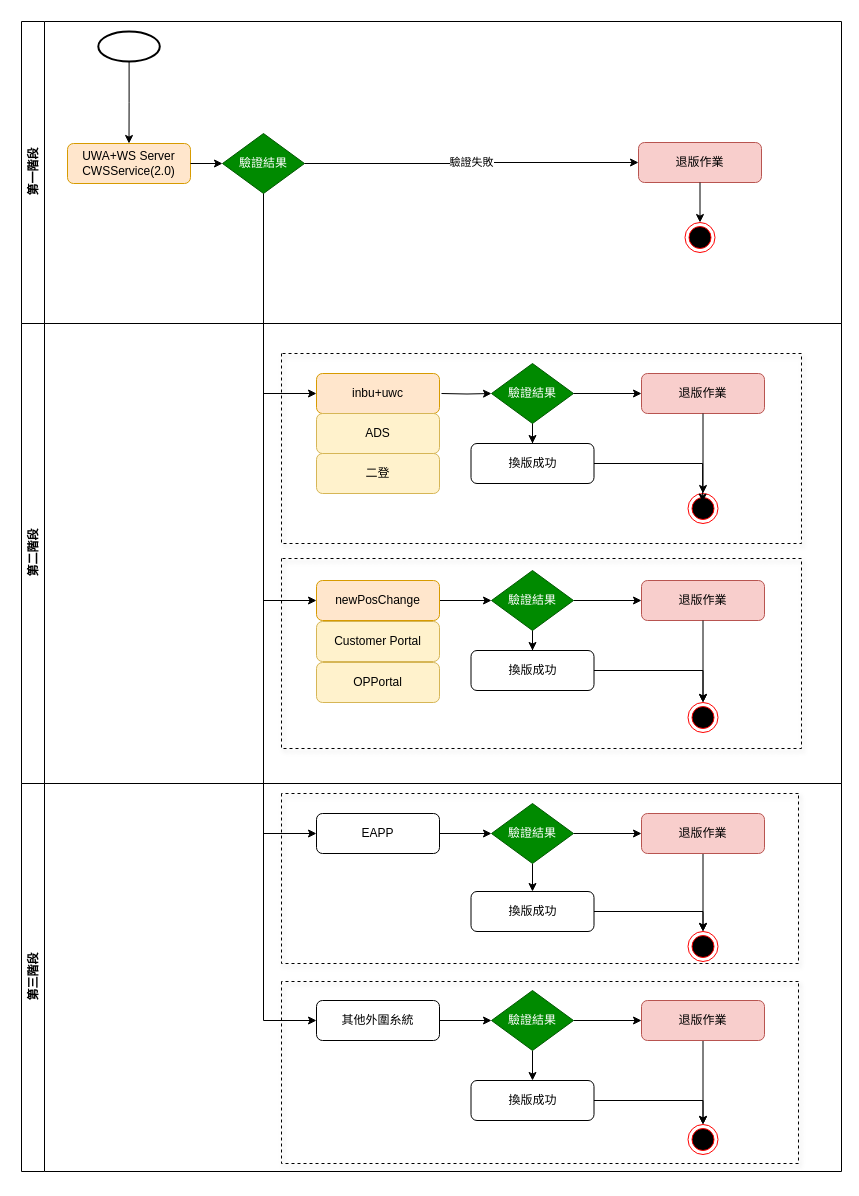
This is 未命名绘图.drawio from chenegg/chenegg.github.io, a draw.io file, before an edit. Source tidied: cells renumbered, new cells numbered last; positions are measured from the earlier drawing's top-left corner, leaving out a move shared by most shapes. Both pictures are drawn from the tidied source at 100%, with x=0, y=0 at pixel (21, 21).
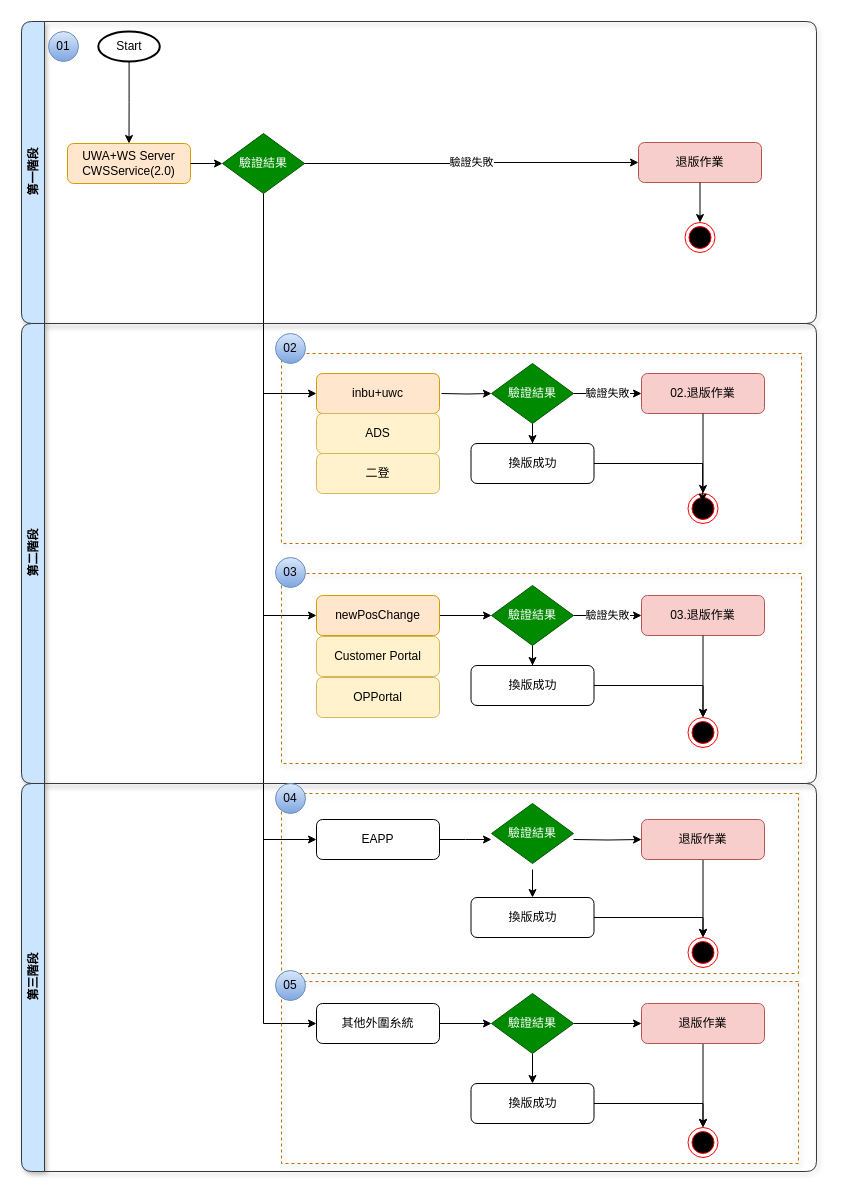
Above is the later version.

Commit message (it also covers changes not shown here):
更新未命名绘图.drawio

The change refers to these unchanged cells:
```xml
<mxCell id="30" value="驗證結果" style="rhombus;whiteSpace=wrap;html=1;fillColor=#008a00;fontColor=#ffffff;strokeColor=#005700;" parent="24" vertex="1">
  <mxGeometry x="470" y="40" width="82" height="60" as="geometry" />
</mxCell>
<mxCell id="51" value="驗證結果" style="rhombus;whiteSpace=wrap;html=1;fillColor=#008a00;fontColor=#ffffff;strokeColor=#005700;" parent="46" vertex="1">
  <mxGeometry x="470" y="20" width="82" height="60" as="geometry" />
</mxCell>
```

The edit, as a diff of the source:
```diff
@@
     <mxCell id="10" value="newPosChange" style="rounded=1;whiteSpace=wrap;html=1;fontSize=12;glass=0;strokeWidth=1;shadow=0;fillColor=#ffe6cc;strokeColor=#d79b00;" parent="1" vertex="1">
-      <mxGeometry x="295" y="559" width="123" height="40" as="geometry" />
+      <mxGeometry x="295" y="574" width="123" height="40" as="geometry" />
     </mxCell>
-    <mxCell id="11" style="edgeStyle=orthogonalEdgeStyle;rounded=0;jettySize=auto;html=1;entryX=0;entryY=0.5;entryDx=0;entryDy=0;" parent="1" edge="1" source="12" target="51">
-      <mxGeometry relative="1" as="geometry" />
+    <mxCell id="11" style="edgeStyle=orthogonalEdgeStyle;rounded=0;jettySize=auto;html=1;entryX=0;entryY=0.5;entryDx=0;entryDy=0;" parent="1" edge="1" source="12">
+      <mxGeometry relative="1" as="geometry">
+        <mxPoint x="470" y="818" as="targetPoint" />
+      </mxGeometry>
     </mxCell>
     <mxCell id="12" value="EAPP" style="rounded=1;whiteSpace=wrap;html=1;fontSize=12;glass=0;strokeWidth=1;shadow=0;" parent="1" vertex="1">
-      <mxGeometry x="295" y="792" width="123" height="40" as="geometry" />
+      <mxGeometry x="295" y="798" width="123" height="40" as="geometry" />
     </mxCell>
@@
     <mxCell id="16" value="&lt;span style=&quot;text-align: left;&quot;&gt;Customer Portal&lt;/span&gt;" style="rounded=1;whiteSpace=wrap;html=1;fontSize=12;glass=0;strokeWidth=1;shadow=0;fillColor=#fff2cc;strokeColor=#d6b656;" parent="1" vertex="1">
-      <mxGeometry x="295" y="600" width="123" height="40" as="geometry" />
+      <mxGeometry x="295" y="615" width="123" height="40" as="geometry" />
     </mxCell>
@@
-    <mxCell id="19" value="第一階段" style="swimlane;horizontal=0;whiteSpace=wrap;html=1;" parent="1" vertex="1">
-      <mxGeometry width="820" height="302" as="geometry" />
+    <mxCell id="19" value="第一階段" style="swimlane;horizontal=0;whiteSpace=wrap;html=1;rounded=1;shadow=1;fillColor=#cce5ff;strokeColor=#36393d;" parent="1" vertex="1">
+      <mxGeometry width="795" height="302" as="geometry" />
     </mxCell>
@@
-    <mxCell id="23" style="strokeWidth=2;html=1;shape=mxgraph.flowchart.start_1;whiteSpace=wrap;" parent="19" vertex="1">
+    <mxCell id="23" value="Start" style="strokeWidth=2;html=1;shape=mxgraph.flowchart.start_1;whiteSpace=wrap;" parent="19" vertex="1">
       <mxGeometry x="76.8" y="10" width="61.5" height="30" as="geometry" />
     </mxCell>
+    <mxCell id="67" value="01" style="ellipse;whiteSpace=wrap;html=1;fillColor=#dae8fc;gradientColor=#7ea6e0;strokeColor=#6c8ebf;" parent="19" vertex="1">
+      <mxGeometry x="27" y="10" width="30" height="30" as="geometry" />
+    </mxCell>
-    <mxCell id="24" value="第二階段" style="swimlane;horizontal=0;whiteSpace=wrap;html=1;" parent="1" vertex="1">
-      <mxGeometry y="302" width="820" height="460" as="geometry" />
+    <mxCell id="24" value="第二階段" style="swimlane;horizontal=0;whiteSpace=wrap;html=1;rounded=1;shadow=1;fillColor=#cce5ff;strokeColor=#36393d;" parent="1" vertex="1">
+      <mxGeometry y="302" width="795" height="460" as="geometry" />
     </mxCell>
-    <mxCell id="25" value="退版作業" style="rounded=1;whiteSpace=wrap;html=1;fontSize=12;glass=0;strokeWidth=1;shadow=0;fillColor=#f8cecc;strokeColor=#b85450;" parent="24" vertex="1">
-      <mxGeometry x="620" y="257" width="123" height="40" as="geometry" />
+    <mxCell id="25" value="03.退版作業" style="rounded=1;whiteSpace=wrap;html=1;fontSize=12;glass=0;strokeWidth=1;shadow=0;fillColor=#f8cecc;strokeColor=#b85450;" parent="24" vertex="1">
+      <mxGeometry x="620" y="272" width="123" height="40" as="geometry" />
     </mxCell>
@@
-    <mxCell id="31" value="退版作業" style="rounded=1;whiteSpace=wrap;html=1;fontSize=12;glass=0;strokeWidth=1;shadow=0;fillColor=#f8cecc;strokeColor=#b85450;" parent="24" vertex="1">
+    <mxCell id="31" value="02.退版作業" style="rounded=1;whiteSpace=wrap;html=1;fontSize=12;glass=0;strokeWidth=1;shadow=0;fillColor=#f8cecc;strokeColor=#b85450;" parent="24" vertex="1">
       <mxGeometry x="620" y="50" width="123" height="40" as="geometry" />
     </mxCell>
-    <mxCell id="32" style="edgeStyle=orthogonalEdgeStyle;rounded=0;jettySize=auto;html=1;entryX=0;entryY=0.5;entryDx=0;entryDy=0;" parent="24" edge="1" source="30" target="31">
+    <mxCell id="32" value="驗證失敗" style="edgeStyle=orthogonalEdgeStyle;rounded=0;jettySize=auto;html=1;entryX=0;entryY=0.5;entryDx=0;entryDy=0;" parent="24" edge="1" source="30" target="31">
       <mxGeometry relative="1" as="geometry" />
     </mxCell>
@@
     <mxCell id="34" value="&lt;div style=&quot;text-align: left;&quot;&gt;&lt;span style=&quot;background-color: initial;&quot;&gt;OPPortal&lt;/span&gt;&lt;/div&gt;" style="rounded=1;whiteSpace=wrap;html=1;fontSize=12;glass=0;strokeWidth=1;shadow=0;fillColor=#fff2cc;strokeColor=#d6b656;" parent="24" vertex="1">
-      <mxGeometry x="295" y="339" width="123" height="40" as="geometry" />
+      <mxGeometry x="295" y="354" width="123" height="40" as="geometry" />
     </mxCell>
-    <mxCell id="35" style="edgeStyle=orthogonalEdgeStyle;rounded=0;jettySize=auto;html=1;" parent="24" edge="1" source="37" target="25">
+    <mxCell id="35" value="驗證失敗" style="edgeStyle=orthogonalEdgeStyle;rounded=0;jettySize=auto;html=1;" parent="24" edge="1" source="37" target="25">
       <mxGeometry relative="1" as="geometry" />
     </mxCell>
@@
     <mxCell id="37" value="驗證結果" style="rhombus;whiteSpace=wrap;html=1;fillColor=#008a00;fontColor=#ffffff;strokeColor=#005700;" parent="24" vertex="1">
-      <mxGeometry x="470" y="247" width="82" height="60" as="geometry" />
+      <mxGeometry x="470" y="262" width="82" height="60" as="geometry" />
     </mxCell>
@@
     <mxCell id="40" value="換版成功" style="rounded=1;whiteSpace=wrap;html=1;fontSize=12;glass=0;strokeWidth=1;shadow=0;" parent="24" vertex="1">
-      <mxGeometry x="449.5" y="327" width="123" height="40" as="geometry" />
+      <mxGeometry x="449.5" y="342" width="123" height="40" as="geometry" />
     </mxCell>
-    <mxCell id="41" style="swimlane;startSize=0;dashed=1;shadow=1;rounded=1;" parent="24" vertex="1">
+    <mxCell id="41" style="swimlane;startSize=0;dashed=1;shadow=1;rounded=1;fillColor=#f0a30a;fontColor=#000000;strokeColor=#BD7000;swimlaneFillColor=none;" parent="24" vertex="1">
       <mxGeometry x="260" y="30" width="520" height="190" as="geometry" />
     </mxCell>
@@
+    <mxCell id="68" value="02" style="ellipse;whiteSpace=wrap;html=1;fillColor=#dae8fc;gradientColor=#7ea6e0;strokeColor=#6c8ebf;" parent="41" vertex="1">
+      <mxGeometry x="-6" y="-20" width="30" height="30" as="geometry" />
+    </mxCell>
-    <mxCell id="43" style="swimlane;startSize=0;dashed=1;shadow=1;rounded=1;" parent="24" vertex="1">
-      <mxGeometry x="260" y="235" width="520" height="190" as="geometry" />
+    <mxCell id="43" style="swimlane;startSize=0;dashed=1;shadow=1;rounded=1;fillColor=#f0a30a;fontColor=#000000;strokeColor=#BD7000;" parent="24" vertex="1">
+      <mxGeometry x="260" y="250" width="520" height="190" as="geometry" />
     </mxCell>
@@
+    <mxCell id="69" value="03" style="ellipse;whiteSpace=wrap;html=1;fillColor=#dae8fc;gradientColor=#7ea6e0;strokeColor=#6c8ebf;" parent="43" vertex="1">
+      <mxGeometry x="-6" y="-16" width="30" height="30" as="geometry" />
+    </mxCell>
@@
-    <mxCell id="46" value="第三階段" style="swimlane;horizontal=0;whiteSpace=wrap;html=1;" parent="1" vertex="1">
-      <mxGeometry y="762" width="820" height="388" as="geometry" />
+    <mxCell id="46" value="第三階段" style="swimlane;horizontal=0;whiteSpace=wrap;html=1;rounded=1;shadow=1;fillColor=#cce5ff;strokeColor=#36393d;" parent="1" vertex="1">
+      <mxGeometry y="762" width="795" height="388" as="geometry" />
     </mxCell>
@@
     <mxCell id="48" value="退版作業" style="rounded=1;whiteSpace=wrap;html=1;fontSize=12;glass=0;strokeWidth=1;shadow=0;fillColor=#f8cecc;strokeColor=#b85450;" parent="46" vertex="1">
-      <mxGeometry x="620" y="30" width="123" height="40" as="geometry" />
+      <mxGeometry x="620" y="36" width="123" height="40" as="geometry" />
     </mxCell>
-    <mxCell id="49" style="edgeStyle=orthogonalEdgeStyle;rounded=0;jettySize=auto;html=1;" parent="46" edge="1" source="51" target="48">
-      <mxGeometry relative="1" as="geometry" />
+    <mxCell id="49" style="edgeStyle=orthogonalEdgeStyle;rounded=0;jettySize=auto;html=1;" parent="46" edge="1" target="48">
+      <mxGeometry relative="1" as="geometry">
+        <mxPoint x="552" y="56" as="sourcePoint" />
+      </mxGeometry>
     </mxCell>
-    <mxCell id="50" style="edgeStyle=orthogonalEdgeStyle;rounded=0;jettySize=auto;html=1;entryX=0.5;entryY=0;entryDx=0;entryDy=0;" parent="46" edge="1" source="51" target="55">
-      <mxGeometry relative="1" as="geometry" />
+    <mxCell id="50" style="edgeStyle=orthogonalEdgeStyle;rounded=0;jettySize=auto;html=1;entryX=0.5;entryY=0;entryDx=0;entryDy=0;" parent="46" edge="1" target="55">
+      <mxGeometry relative="1" as="geometry">
+        <mxPoint x="511" y="86" as="sourcePoint" />
+      </mxGeometry>
     </mxCell>
@@
     <mxCell id="53" value="其他外圍糸統" style="rounded=1;whiteSpace=wrap;html=1;fontSize=12;glass=0;strokeWidth=1;shadow=0;" parent="46" vertex="1">
-      <mxGeometry x="295" y="217" width="123" height="40" as="geometry" />
+      <mxGeometry x="295" y="220" width="123" height="40" as="geometry" />
     </mxCell>
@@
     <mxCell id="55" value="換版成功" style="rounded=1;whiteSpace=wrap;html=1;fontSize=12;glass=0;strokeWidth=1;shadow=0;" parent="46" vertex="1">
-      <mxGeometry x="449.5" y="108" width="123" height="40" as="geometry" />
+      <mxGeometry x="449.5" y="114" width="123" height="40" as="geometry" />
     </mxCell>
@@
     <mxCell id="58" value="驗證結果" style="rhombus;whiteSpace=wrap;html=1;fillColor=#008a00;fontColor=#ffffff;strokeColor=#005700;" parent="46" vertex="1">
-      <mxGeometry x="470" y="207" width="82" height="60" as="geometry" />
+      <mxGeometry x="470" y="210" width="82" height="60" as="geometry" />
     </mxCell>
@@
     <mxCell id="60" value="換版成功" style="rounded=1;whiteSpace=wrap;html=1;fontSize=12;glass=0;strokeWidth=1;shadow=0;" parent="46" vertex="1">
-      <mxGeometry x="449.5" y="297" width="123" height="40" as="geometry" />
+      <mxGeometry x="449.5" y="300" width="123" height="40" as="geometry" />
     </mxCell>
@@
     <mxCell id="62" value="退版作業" style="rounded=1;whiteSpace=wrap;html=1;fontSize=12;glass=0;strokeWidth=1;shadow=0;fillColor=#f8cecc;strokeColor=#b85450;" parent="46" vertex="1">
-      <mxGeometry x="620" y="217" width="123" height="40" as="geometry" />
+      <mxGeometry x="620" y="220" width="123" height="40" as="geometry" />
     </mxCell>
     <mxCell id="63" style="ellipse;html=1;shape=endState;fillColor=#000000;strokeColor=#ff0000;" parent="46" vertex="1">
-      <mxGeometry x="666.5" y="341" width="30" height="30" as="geometry" />
+      <mxGeometry x="666.5" y="344" width="30" height="30" as="geometry" />
     </mxCell>
-    <mxCell id="64" style="swimlane;startSize=0;dashed=1;shadow=1;rounded=1;" parent="46" vertex="1">
-      <mxGeometry x="260" y="10" width="517" height="170" as="geometry" />
+    <mxCell id="64" style="swimlane;startSize=0;dashed=1;shadow=1;rounded=1;fillColor=#f0a30a;fontColor=#000000;strokeColor=#BD7000;" parent="46" vertex="1">
+      <mxGeometry x="260" y="10" width="517" height="180" as="geometry" />
     </mxCell>
     <mxCell id="65" style="ellipse;html=1;shape=endState;fillColor=#000000;strokeColor=#ff0000;" parent="64" vertex="1">
-      <mxGeometry x="406.5" y="138" width="30" height="30" as="geometry" />
+      <mxGeometry x="406.5" y="144" width="30" height="30" as="geometry" />
     </mxCell>
+    <mxCell id="70" value="04" style="ellipse;whiteSpace=wrap;html=1;fillColor=#dae8fc;gradientColor=#7ea6e0;strokeColor=#6c8ebf;" parent="64" vertex="1">
+      <mxGeometry x="-6" y="-10" width="30" height="30" as="geometry" />
+    </mxCell>
-    <mxCell id="66" style="swimlane;startSize=0;dashed=1;shadow=1;rounded=1;" parent="46" vertex="1">
+    <mxCell id="66" style="swimlane;startSize=0;dashed=1;shadow=1;rounded=1;fillColor=#f0a30a;fontColor=#000000;strokeColor=#BD7000;" parent="46" vertex="1">
       <mxGeometry x="260" y="198" width="517" height="182" as="geometry" />
     </mxCell>
+    <mxCell id="71" value="05" style="ellipse;whiteSpace=wrap;html=1;fillColor=#dae8fc;gradientColor=#7ea6e0;strokeColor=#6c8ebf;" parent="66" vertex="1">
+      <mxGeometry x="-6" y="-11" width="30" height="30" as="geometry" />
+    </mxCell>
```
